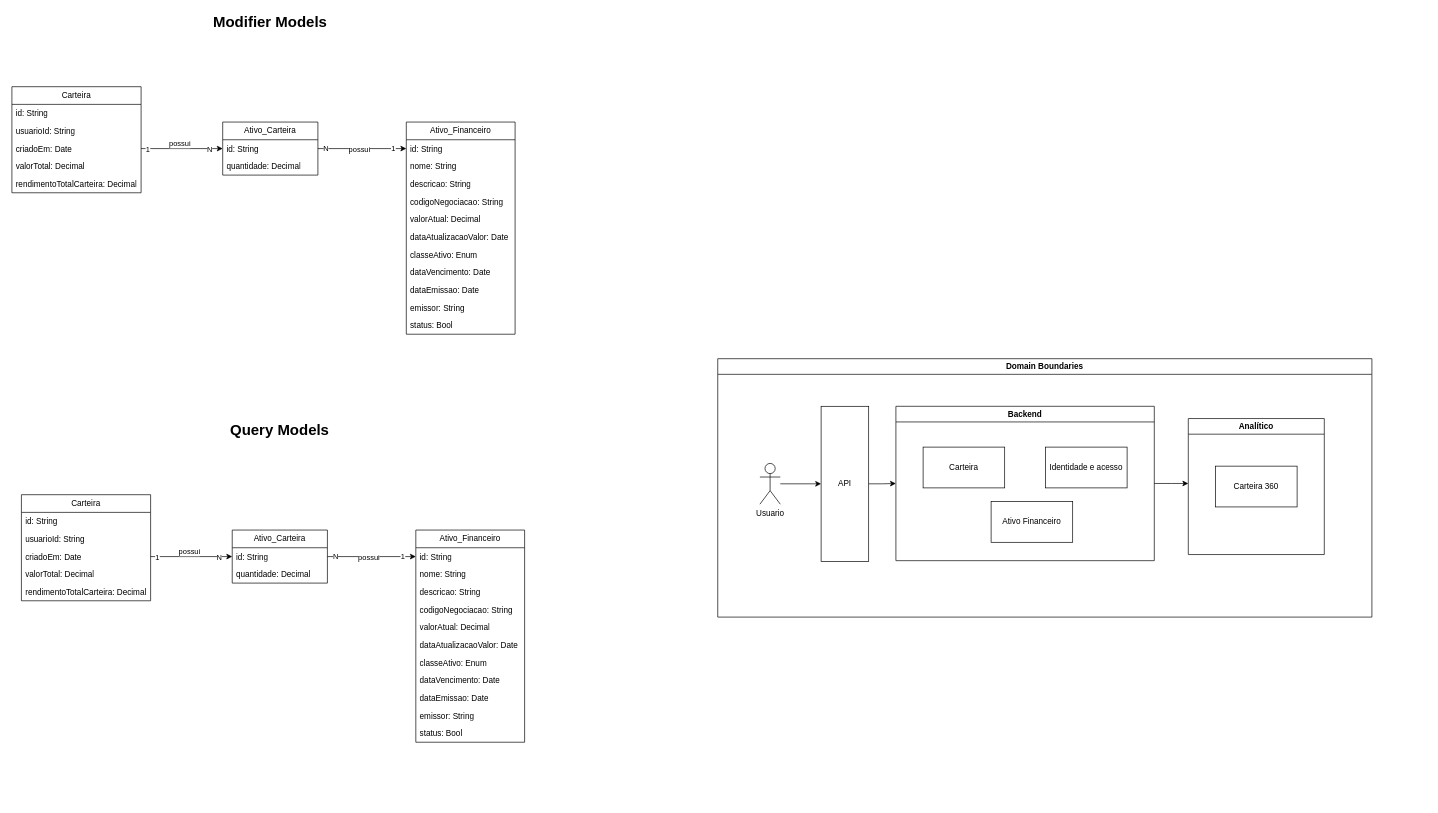
This is PeraInvest/diagrama_classes.drawio from mpsouza98/pera-wallet, a draw.io file, before an edit. Source tidied: cells renumbered, new cells numbered last; positions are measured from the earlier drawing's top-left corner, leaving out a move shared by most shapes. Both pictures are drawn from the tidied source at 68%, with x=0, y=0 at pixel (12, 12).
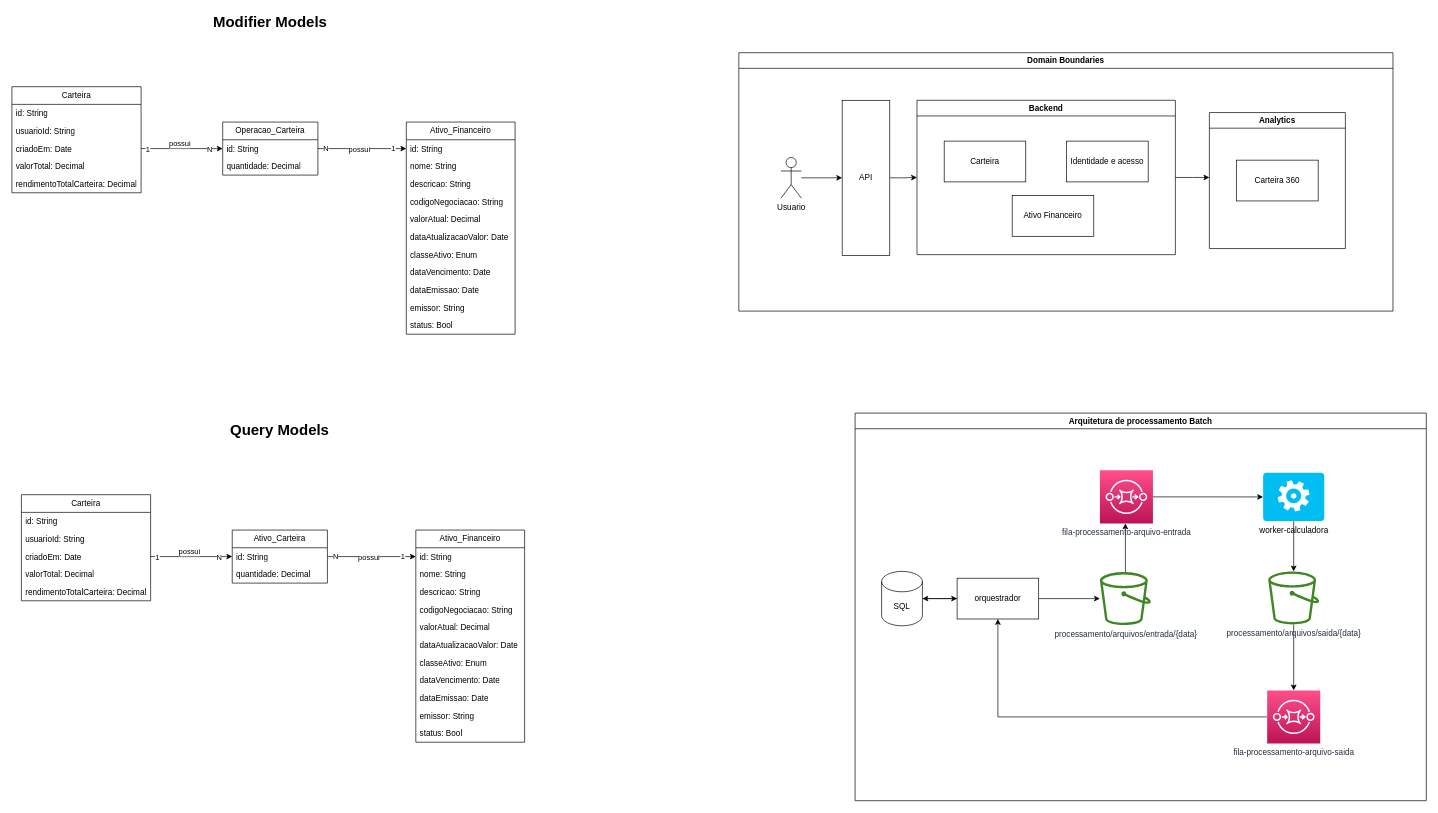
The same page after the edit.

Change to the diagram source:
```diff
@@
-    <mxCell id="8" value="Ativo_Carteira" style="swimlane;fontStyle=0;horizontal=1;startSize=26;fillColor=none;whiteSpace=wrap;html=1;" parent="1" vertex="1">
+    <mxCell id="8" value="Operacao_Carteira" style="swimlane;fontStyle=0;horizontal=1;startSize=26;fillColor=none;whiteSpace=wrap;html=1;" parent="1" vertex="1">
       <mxGeometry x="310" y="162" width="140" height="78" as="geometry" />
     </mxCell>
@@
     <mxCell id="62" style="edgeStyle=orthogonalEdgeStyle;rounded=0;jettySize=auto;html=1;" parent="1" edge="1" source="63">
       <mxGeometry relative="1" as="geometry">
-        <mxPoint x="1730" y="693.5" as="targetPoint" />
+        <mxPoint x="1761" y="243.5" as="targetPoint" />
       </mxGeometry>
     </mxCell>
     <mxCell id="63" value="Backend" style="swimlane;whiteSpace=wrap;html=1;" parent="1" vertex="1">
-      <mxGeometry x="1300" y="580" width="380" height="227" as="geometry" />
+      <mxGeometry x="1331" y="130" width="380" height="227" as="geometry" />
     </mxCell>
@@
-    <mxCell id="67" value="Analítico" style="swimlane;whiteSpace=wrap;html=1;" parent="1" vertex="1">
-      <mxGeometry x="1730" y="598" width="200" height="200" as="geometry" />
+    <mxCell id="67" value="Analytics" style="swimlane;whiteSpace=wrap;html=1;" parent="1" vertex="1">
+      <mxGeometry x="1761" y="148" width="200" height="200" as="geometry" />
     </mxCell>
@@
     <mxCell id="70" value="Usuario" style="shape=umlActor;verticalLabelPosition=bottom;verticalAlign=top;html=1;outlineConnect=0;" parent="1" vertex="1">
-      <mxGeometry x="1100" y="664" width="30" height="60" as="geometry" />
+      <mxGeometry x="1131" y="214" width="30" height="60" as="geometry" />
     </mxCell>
@@
     <mxCell id="72" value="API" style="rounded=0;whiteSpace=wrap;html=1;" parent="1" vertex="1">
-      <mxGeometry x="1190" y="580" width="70" height="228" as="geometry" />
+      <mxGeometry x="1221" y="130" width="70" height="228" as="geometry" />
     </mxCell>
     <mxCell id="73" value="Domain Boundaries" style="swimlane;whiteSpace=wrap;html=1;" parent="1" vertex="1">
-      <mxGeometry x="1038" y="510" width="962" height="380" as="geometry" />
+      <mxGeometry x="1069" y="60" width="962" height="380" as="geometry" />
     </mxCell>
+    <mxCell id="74" value="Arquitetura de processamento Batch" style="swimlane;whiteSpace=wrap;html=1;" parent="1" vertex="1">
+      <mxGeometry x="1240" y="590" width="840" height="570" as="geometry" />
+    </mxCell>
+    <mxCell id="75" style="edgeStyle=orthogonalEdgeStyle;rounded=0;jettySize=auto;html=1;entryX=0;entryY=0.5;entryDx=0;entryDy=0;" parent="74" edge="1" source="76" target="79">
+      <mxGeometry relative="1" as="geometry" />
+    </mxCell>
+    <mxCell id="76" value="SQL" style="shape=cylinder3;whiteSpace=wrap;html=1;boundedLbl=1;backgroundOutline=1;size=15;" parent="74" vertex="1">
+      <mxGeometry x="39" y="232.8" width="60" height="80" as="geometry" />
+    </mxCell>
+    <mxCell id="77" style="edgeStyle=orthogonalEdgeStyle;rounded=0;jettySize=auto;html=1;entryX=1;entryY=0.5;entryDx=0;entryDy=0;entryPerimeter=0;" parent="74" edge="1" source="79" target="76">
+      <mxGeometry relative="1" as="geometry" />
+    </mxCell>
+    <mxCell id="78" style="edgeStyle=orthogonalEdgeStyle;rounded=0;jettySize=auto;html=1;" parent="74" edge="1" source="79" target="81">
+      <mxGeometry relative="1" as="geometry" />
+    </mxCell>
+    <mxCell id="79" value="orquestrador" style="rounded=0;whiteSpace=wrap;html=1;" parent="74" vertex="1">
+      <mxGeometry x="150" y="242.8" width="120" height="60" as="geometry" />
+    </mxCell>
+    <mxCell id="80" style="edgeStyle=orthogonalEdgeStyle;rounded=0;jettySize=auto;html=1;" parent="74" edge="1" source="81" target="83">
+      <mxGeometry relative="1" as="geometry">
+        <Array as="points">
+          <mxPoint x="398" y="126.8" />
+        </Array>
+      </mxGeometry>
+    </mxCell>
+    <mxCell id="81" value="processamento/arquivos/entrada/{data}" style="sketch=0;outlineConnect=0;fontColor=#232F3E;gradientColor=none;fillColor=#3F8624;strokeColor=none;dashed=0;verticalLabelPosition=bottom;verticalAlign=top;align=center;html=1;fontSize=12;fontStyle=0;shape=mxgraph.aws4.bucket;" parent="74" vertex="1">
+      <mxGeometry x="360" y="233.8" width="75" height="78" as="geometry" />
+    </mxCell>
+    <mxCell id="82" style="edgeStyle=orthogonalEdgeStyle;rounded=0;jettySize=auto;html=1;" parent="74" edge="1" source="83" target="85">
+      <mxGeometry relative="1" as="geometry" />
+    </mxCell>
+    <mxCell id="83" value="fila-processamento-arquivo-entrada" style="sketch=0;points=[[0,0,0],[0.25,0,0],[0.5,0,0],[0.75,0,0],[1,0,0],[0,1,0],[0.25,1,0],[0.5,1,0],[0.75,1,0],[1,1,0],[0,0.25,0],[0,0.5,0],[0,0.75,0],[1,0.25,0],[1,0.5,0],[1,0.75,0]];outlineConnect=0;fontColor=#232F3E;gradientColor=#FF4F8B;gradientDirection=north;fillColor=#BC1356;strokeColor=#ffffff;dashed=0;verticalLabelPosition=bottom;verticalAlign=top;align=center;html=1;fontSize=12;fontStyle=0;shape=mxgraph.aws4.resourceIcon;resIcon=mxgraph.aws4.sqs;" parent="74" vertex="1">
+      <mxGeometry x="360" y="84.2" width="78" height="78" as="geometry" />
+    </mxCell>
+    <mxCell id="84" style="edgeStyle=orthogonalEdgeStyle;rounded=0;jettySize=auto;html=1;" parent="74" edge="1" source="85" target="87">
+      <mxGeometry relative="1" as="geometry" />
+    </mxCell>
+    <mxCell id="85" value="worker-calculadora" style="verticalLabelPosition=bottom;html=1;verticalAlign=top;align=center;strokeColor=none;fillColor=#00BEF2;shape=mxgraph.azure.worker_role;" parent="74" vertex="1">
+      <mxGeometry x="600" y="87.8" width="90" height="71" as="geometry" />
+    </mxCell>
+    <mxCell id="86" style="edgeStyle=orthogonalEdgeStyle;rounded=0;jettySize=auto;html=1;" parent="74" edge="1" source="87" target="89">
+      <mxGeometry relative="1" as="geometry" />
+    </mxCell>
+    <mxCell id="87" value="processamento/arquivos/saida/{data}" style="sketch=0;outlineConnect=0;fontColor=#232F3E;gradientColor=none;fillColor=#3F8624;strokeColor=none;dashed=0;verticalLabelPosition=bottom;verticalAlign=top;align=center;html=1;fontSize=12;fontStyle=0;shape=mxgraph.aws4.bucket;" parent="74" vertex="1">
+      <mxGeometry x="607.5" y="232.8" width="75" height="78" as="geometry" />
+    </mxCell>
+    <mxCell id="88" style="edgeStyle=orthogonalEdgeStyle;rounded=0;jettySize=auto;html=1;entryX=0.5;entryY=1;entryDx=0;entryDy=0;" parent="74" edge="1" source="89" target="79">
+      <mxGeometry relative="1" as="geometry" />
+    </mxCell>
+    <mxCell id="89" value="fila-processamento-arquivo-saida" style="sketch=0;points=[[0,0,0],[0.25,0,0],[0.5,0,0],[0.75,0,0],[1,0,0],[0,1,0],[0.25,1,0],[0.5,1,0],[0.75,1,0],[1,1,0],[0,0.25,0],[0,0.5,0],[0,0.75,0],[1,0.25,0],[1,0.5,0],[1,0.75,0]];outlineConnect=0;fontColor=#232F3E;gradientColor=#FF4F8B;gradientDirection=north;fillColor=#BC1356;strokeColor=#ffffff;dashed=0;verticalLabelPosition=bottom;verticalAlign=top;align=center;html=1;fontSize=12;fontStyle=0;shape=mxgraph.aws4.resourceIcon;resIcon=mxgraph.aws4.sqs;" parent="74" vertex="1">
+      <mxGeometry x="606" y="407.8" width="78" height="78" as="geometry" />
+    </mxCell>
```
